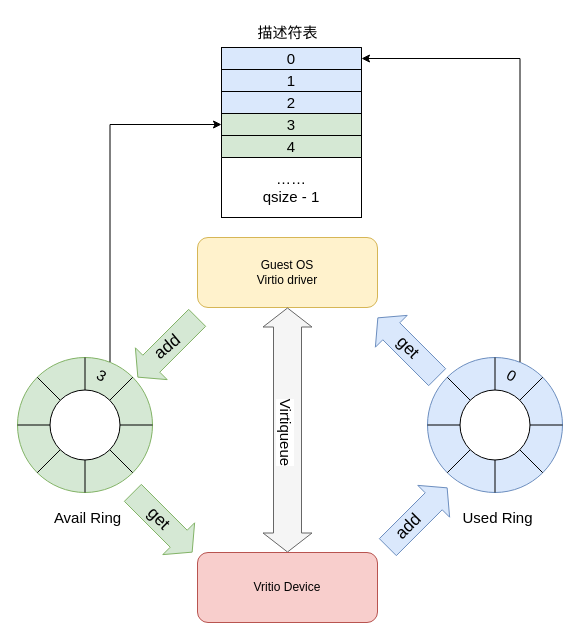
The draw.io diagram virtqueue.drawio in SongXiaoLongg/DrawIO, before the edit. Source tidied: cells renumbered, new cells numbered last; positions are measured from the earlier drawing's top-left corner, leaving out a move shared by most shapes. Both pictures are drawn from the tidied source at 100%, with x=0, y=0 at pixel (17, 17).
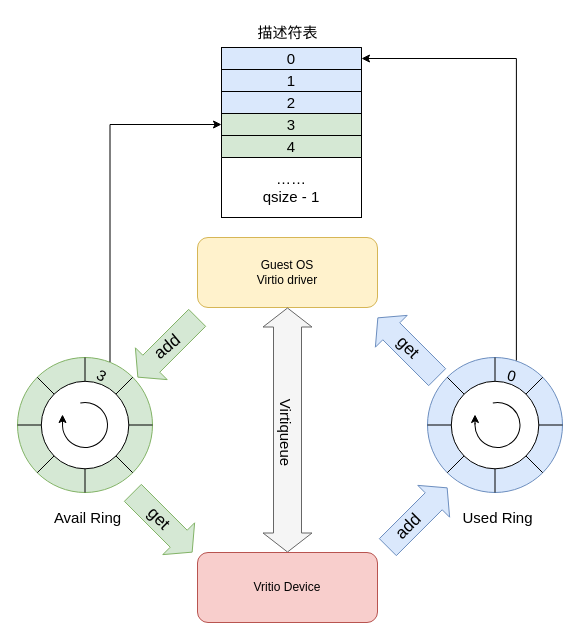
After the change.

The change refers to these unchanged cells:
```xml
<mxCell id="3" style="shape=flexArrow;endArrow=classic;startArrow=classic;html=1;rounded=0;entryX=0.5;entryY=1;entryDx=0;entryDy=0;width=28;fillColor=#f5f5f5;strokeColor=#666666;exitX=0.5;exitY=0;exitDx=0;exitDy=0;" parent="1" edge="1" source="5" target="2">
  <mxGeometry relative="1" as="geometry" />
</mxCell>
```

Change to the diagram source:
```diff
@@
-    <mxCell id="4" value="Virtiqueue" style="edgeLabel;html=1;align=center;verticalAlign=middle;fontSize=15;rotation=90;" parent="3" vertex="1">
+    <mxCell id="4" value="Virtiqueue" style="edgeLabel;html=1;align=center;verticalAlign=middle;fontSize=15;rotation=90;labelBackgroundColor=none;" parent="3" vertex="1">
       <mxGeometry x="0.38" y="4" relative="1" as="geometry">
         <mxPoint x="4" y="48" as="offset" />
       </mxGeometry>
     </mxCell>
@@
     <mxCell id="23" style="ellipse;whiteSpace=wrap;html=1;fontSize=15;fillColor=#FFFFFF;" parent="1" vertex="1">
-      <mxGeometry x="32.5" y="372.5" width="70" height="70" as="geometry" />
+      <mxGeometry x="23.8" y="363.8" width="87.5" height="87.5" as="geometry" />
     </mxCell>
@@
-    <mxCell id="33" value="0" style="text;html=1;strokeColor=none;fillColor=none;align=center;verticalAlign=middle;whiteSpace=wrap;rounded=0;strokeWidth=2;fontSize=15;rotation=30;" parent="1" vertex="1">
+    <mxCell id="33" value="0" style="text;html=1;strokeColor=none;fillColor=none;align=center;verticalAlign=middle;whiteSpace=wrap;rounded=0;strokeWidth=2;fontSize=15;rotation=15;" parent="1" vertex="1">
       <mxGeometry x="465" y="342.5" width="60" height="30" as="geometry" />
     </mxCell>
@@
+    <mxCell id="56" style="ellipse;whiteSpace=wrap;html=1;fontSize=15;fillColor=#FFFFFF;" parent="1" vertex="1">
+      <mxGeometry x="433.8" y="363.8" width="87.5" height="87.5" as="geometry" />
+    </mxCell>
+    <mxCell id="57" style="verticalLabelPosition=bottom;verticalAlign=top;html=1;shape=mxgraph.basic.arc;startAngle=0.3;endAngle=0.1;labelBackgroundColor=none;strokeColor=#000000;strokeWidth=1;fontSize=15;fillColor=none;direction=west;rotation=60;" parent="1" vertex="1">
+      <mxGeometry x="45" y="385" width="45" height="45" as="geometry" />
+    </mxCell>
+    <mxCell id="58" style="edgeStyle=elbowEdgeStyle;elbow=vertical;endArrow=classic;html=1;rounded=0;strokeColor=#000000;fontSize=15;" parent="1" edge="1">
+      <mxGeometry relative="1" as="geometry">
+        <mxPoint x="45" y="407" as="sourcePoint" />
+        <mxPoint x="45" y="397" as="targetPoint" />
+      </mxGeometry>
+    </mxCell>
+    <mxCell id="59" style="verticalLabelPosition=bottom;verticalAlign=top;html=1;shape=mxgraph.basic.arc;startAngle=0.3;endAngle=0.1;labelBackgroundColor=none;strokeColor=#000000;strokeWidth=1;fontSize=15;fillColor=none;direction=west;rotation=60;" parent="1" vertex="1">
+      <mxGeometry x="457.5" y="385" width="45" height="45" as="geometry" />
+    </mxCell>
+    <mxCell id="60" style="edgeStyle=elbowEdgeStyle;elbow=vertical;endArrow=classic;html=1;rounded=0;strokeColor=#000000;fontSize=15;" parent="1" edge="1">
+      <mxGeometry relative="1" as="geometry">
+        <mxPoint x="457.5" y="407" as="sourcePoint" />
+        <mxPoint x="457.5" y="397" as="targetPoint" />
+      </mxGeometry>
+    </mxCell>
```
